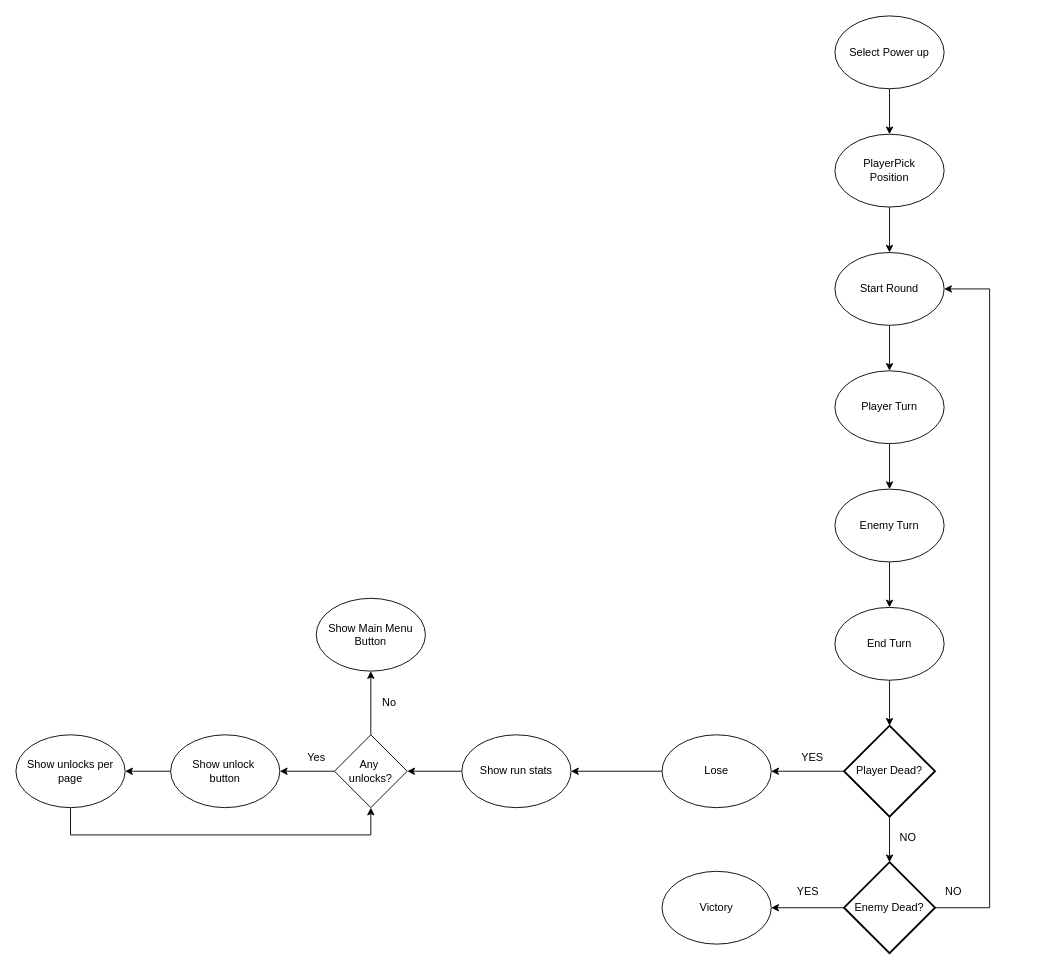
Earlier version of the draw.io diagram P03272025.drawio (kielsan/Drawio). Source tidied: cells renumbered, new cells numbered last; positions are measured from the earlier drawing's top-left corner, leaving out a move shared by most shapes. Both pictures are drawn from the tidied source at 91%, with x=0, y=0 at pixel (15, 15).
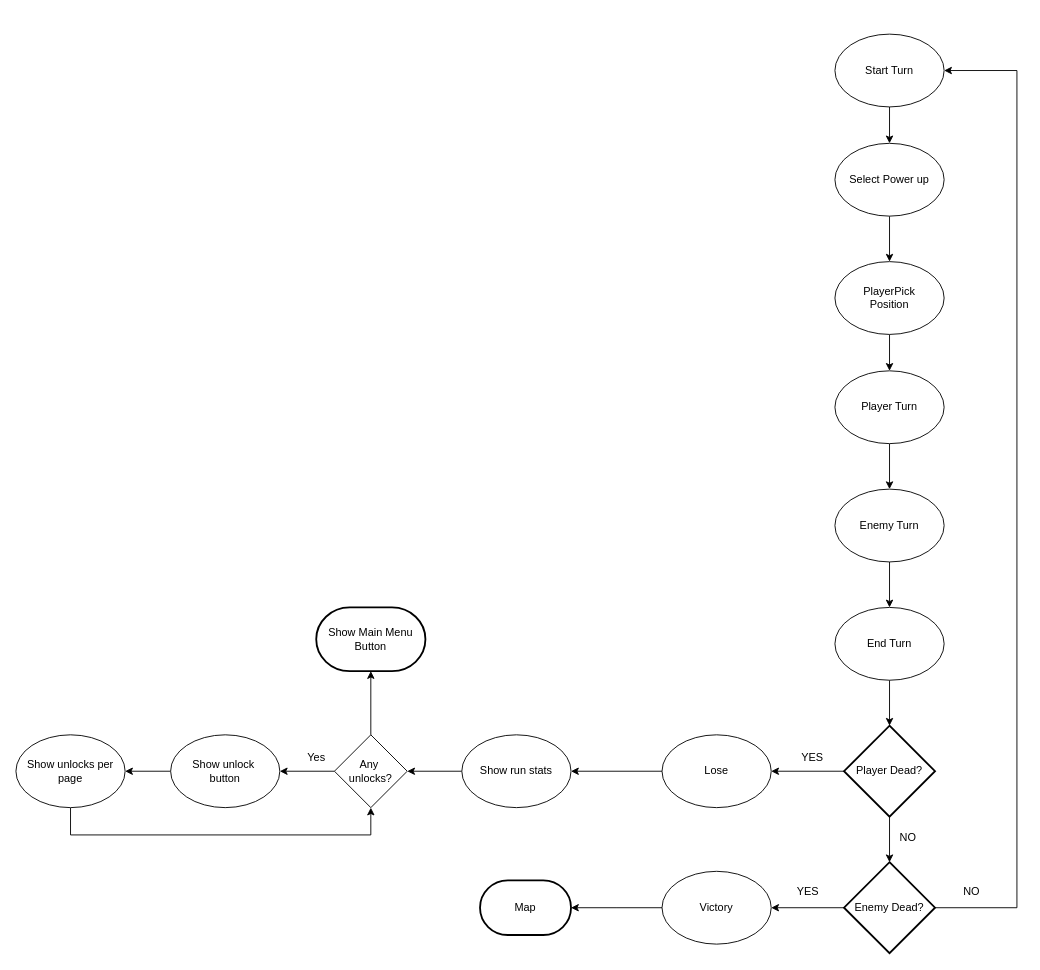
After the change.

Unchanged cells that the change refers to:
```xml
<mxCell id="9" value="Player Turn" style="ellipse;whiteSpace=wrap;html=1;" parent="1" vertex="1">
  <mxGeometry x="900" y="390" width="120" height="80" as="geometry" />
</mxCell>
<mxCell id="21" value="Enemy Dead?" style="strokeWidth=2;html=1;shape=mxgraph.flowchart.decision;whiteSpace=wrap;" parent="1" vertex="1">
  <mxGeometry x="910" y="930" width="100" height="100" as="geometry" />
</mxCell>
<mxCell id="22" value="Victory" style="ellipse;whiteSpace=wrap;html=1;" parent="1" vertex="1">
  <mxGeometry x="710" y="940" width="120" height="80" as="geometry" />
</mxCell>
<mxCell id="31" value="Any&amp;nbsp;&lt;div&gt;unlocks?&lt;/div&gt;" style="rhombus;whiteSpace=wrap;html=1;" parent="1" vertex="1">
  <mxGeometry x="350" y="790" width="80" height="80" as="geometry" />
</mxCell>
```

Diff of the diagram source:
```diff
@@
     <mxCell id="3" value="Select Power up" style="ellipse;whiteSpace=wrap;html=1;" parent="1" vertex="1">
-      <mxGeometry x="900" width="120" height="80" as="geometry" />
+      <mxGeometry x="900" y="140" width="120" height="80" as="geometry" />
     </mxCell>
-    <mxCell id="4" style="edgeStyle=orthogonalEdgeStyle;rounded=0;jettySize=auto;html=1;entryX=0.5;entryY=0;entryDx=0;entryDy=0;" parent="1" edge="1" source="5" target="7">
-      <mxGeometry relative="1" as="geometry" />
-    </mxCell>
+    <mxCell id="39" style="edgeStyle=orthogonalEdgeStyle;rounded=0;jettySize=auto;html=1;" parent="1" edge="1" source="5" target="9">
+      <mxGeometry relative="1" as="geometry" />
+    </mxCell>
     <mxCell id="5" value="PlayerPick&lt;div&gt;Position&lt;/div&gt;" style="ellipse;whiteSpace=wrap;html=1;" parent="1" vertex="1">
-      <mxGeometry x="900" y="130" width="120" height="80" as="geometry" />
+      <mxGeometry x="900" y="270" width="120" height="80" as="geometry" />
     </mxCell>
-    <mxCell id="6" style="edgeStyle=orthogonalEdgeStyle;rounded=0;jettySize=auto;html=1;" parent="1" edge="1" source="7" target="9">
-      <mxGeometry relative="1" as="geometry" />
-    </mxCell>
+    <mxCell id="40" style="edgeStyle=orthogonalEdgeStyle;rounded=0;jettySize=auto;html=1;entryX=0.5;entryY=0;entryDx=0;entryDy=0;" parent="1" edge="1" source="7" target="3">
+      <mxGeometry relative="1" as="geometry" />
+    </mxCell>
-    <mxCell id="7" value="Start Round" style="ellipse;whiteSpace=wrap;html=1;" parent="1" vertex="1">
-      <mxGeometry x="900" y="260" width="120" height="80" as="geometry" />
+    <mxCell id="7" value="Start Turn" style="ellipse;whiteSpace=wrap;html=1;" parent="1" vertex="1">
+      <mxGeometry x="900" y="20" width="120" height="80" as="geometry" />
     </mxCell>
@@
     <mxCell id="20" style="edgeStyle=orthogonalEdgeStyle;rounded=0;jettySize=auto;html=1;entryX=1;entryY=0.5;entryDx=0;entryDy=0;" parent="1" edge="1" source="21" target="7">
       <mxGeometry relative="1" as="geometry">
         <Array as="points">
-          <mxPoint x="1070" y="980" />
-          <mxPoint x="1070" y="300" />
+          <mxPoint x="1100" y="980" />
+          <mxPoint x="1100" y="60" />
         </Array>
       </mxGeometry>
     </mxCell>
@@
+    <mxCell id="41" style="edgeStyle=orthogonalEdgeStyle;rounded=0;jettySize=auto;html=1;entryX=1;entryY=0.5;entryDx=0;entryDy=0;" parent="1" edge="1" source="22">
+      <mxGeometry relative="1" as="geometry">
+        <mxPoint x="610" y="980" as="targetPoint" />
+      </mxGeometry>
+    </mxCell>
@@
     <mxCell id="26" value="NO" style="text;html=1;align=center;verticalAlign=middle;strokeColor=none;fillColor=none;" parent="1" vertex="1">
-      <mxGeometry x="1010" y="948" width="40" height="30" as="geometry" />
+      <mxGeometry x="1030" y="948" width="40" height="30" as="geometry" />
     </mxCell>
@@
-    <mxCell id="29" style="edgeStyle=orthogonalEdgeStyle;rounded=0;jettySize=auto;html=1;entryX=0.5;entryY=1;entryDx=0;entryDy=0;" parent="1" edge="1" source="31" target="32">
-      <mxGeometry relative="1" as="geometry" />
-    </mxCell>
@@
-    <mxCell id="32" value="Show Main Menu Button" style="ellipse;whiteSpace=wrap;html=1;" parent="1" vertex="1">
-      <mxGeometry x="330" y="640" width="120" height="80" as="geometry" />
-    </mxCell>
-    <mxCell id="33" value="No" style="text;html=1;align=center;verticalAlign=middle;strokeColor=none;fillColor=none;" parent="1" vertex="1">
-      <mxGeometry x="390" y="740" width="40" height="30" as="geometry" />
-    </mxCell>
@@
+    <mxCell id="42" value="Map" style="strokeWidth=2;html=1;shape=mxgraph.flowchart.terminator;whiteSpace=wrap;" parent="1" vertex="1">
+      <mxGeometry x="510" y="950" width="100" height="60" as="geometry" />
+    </mxCell>
+    <mxCell id="32" value="Show Main Menu Button" style="strokeWidth=2;html=1;shape=mxgraph.flowchart.terminator;whiteSpace=wrap;" parent="1" vertex="1">
+      <mxGeometry x="330" y="650" width="120" height="70" as="geometry" />
+    </mxCell>
+    <mxCell id="29" style="edgeStyle=orthogonalEdgeStyle;rounded=0;jettySize=auto;html=1;entryX=0.5;entryY=1;entryDx=0;entryDy=0;entryPerimeter=0;" parent="1" edge="1" source="31" target="32">
+      <mxGeometry relative="1" as="geometry" />
+    </mxCell>
```
